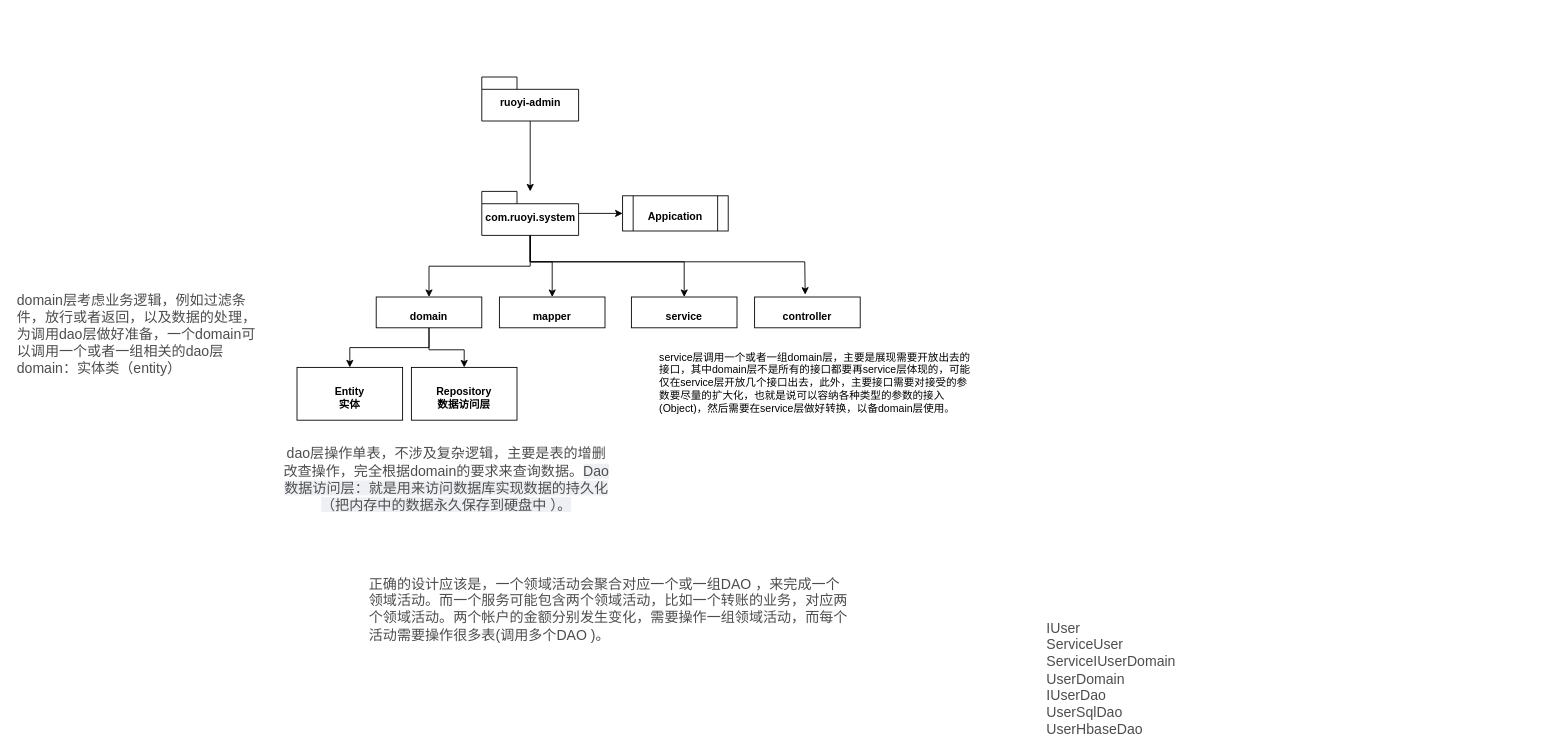
Earlier version of the draw.io diagram page "类关系" (4 of 6) of RuoYi/若依框架.drawio (weihuohuayi/draw.io). Source tidied: cells renumbered, new cells numbered last; positions are measured from the earlier drawing's top-left corner, leaving out a move shared by most shapes. Both pictures are drawn from the tidied source at 88%, with x=0, y=0 at pixel (15, 77).
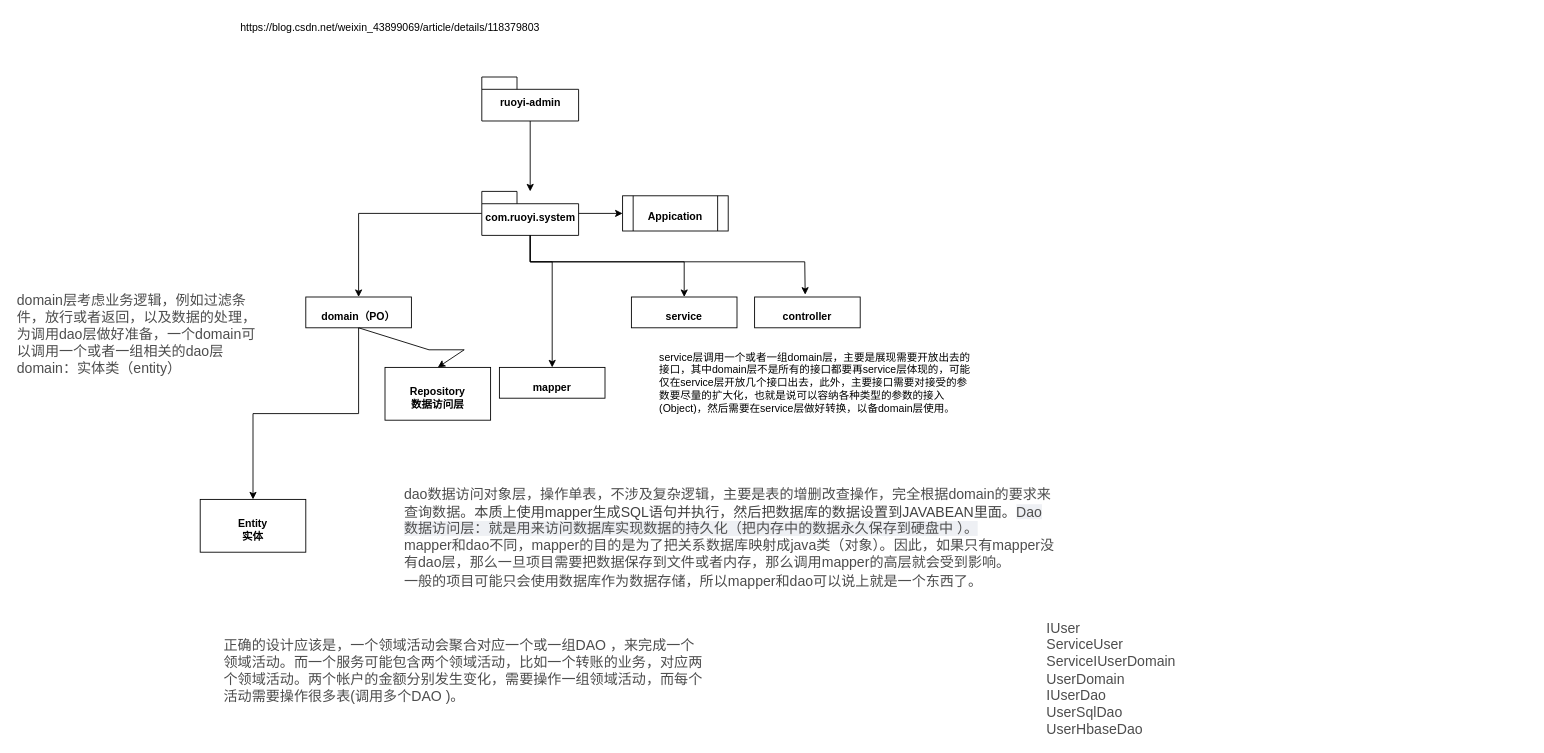
After the change.

The edit, as a diff of the source:
```diff
@@
-    <mxCell id="8" value="domain" style="whiteSpace=wrap;html=1;fontStyle=1;spacingTop=10;" parent="1" vertex="1">
-      <mxGeometry x="410" y="250" width="120" height="35" as="geometry" />
+    <mxCell id="8" value="domain（PO）" style="whiteSpace=wrap;html=1;fontStyle=1;spacingTop=10;" parent="1" vertex="1">
+      <mxGeometry x="330" y="250" width="120" height="35" as="geometry" />
     </mxCell>
     <mxCell id="9" value="mapper" style="whiteSpace=wrap;html=1;fontStyle=1;spacingTop=10;" parent="1" vertex="1">
-      <mxGeometry x="550" y="250" width="120" height="35" as="geometry" />
+      <mxGeometry x="550" y="330" width="120" height="35" as="geometry" />
     </mxCell>
@@
     <mxCell id="11" value="Entity&lt;br&gt;实体" style="whiteSpace=wrap;html=1;fontStyle=1;spacingTop=10;" parent="1" vertex="1">
-      <mxGeometry x="320" y="330" width="120" height="60" as="geometry" />
+      <mxGeometry x="210" y="480" width="120" height="60" as="geometry" />
     </mxCell>
@@
     <mxCell id="13" value="Repository&lt;br&gt;数据访问层" style="whiteSpace=wrap;html=1;fontStyle=1;spacingTop=10;" parent="1" vertex="1">
-      <mxGeometry x="450" y="330" width="120" height="60" as="geometry" />
+      <mxGeometry x="420" y="330" width="120" height="60" as="geometry" />
     </mxCell>
@@
-    <mxCell id="19" value="&lt;br&gt;&lt;br&gt;&lt;span style=&quot;color: rgb(77 , 77 , 77) ; font-size: 16px ; font-style: normal ; font-weight: 400 ; letter-spacing: normal ; text-indent: 0px ; text-transform: none ; word-spacing: 0px ; background-color: rgb(255 , 255 , 255) ; display: inline ; float: none&quot;&gt;dao层操作单表，不涉及复杂逻辑，主要是表的增删改查操作，完全根据domain的要求来查询数据。&lt;span style=&quot;color: rgb(79 , 79 , 79) ; font-family: , &amp;#34;sf ui text&amp;#34; , &amp;#34;arial&amp;#34; , &amp;#34;pingfang sc&amp;#34; , &amp;#34;hiragino sans gb&amp;#34; , &amp;#34;microsoft yahei&amp;#34; , &amp;#34;wenquanyi micro hei&amp;#34; , sans-serif , &amp;#34;simhei&amp;#34; , &amp;#34;simsun&amp;#34; ; background-color: rgb(238 , 240 , 244)&quot;&gt;Dao 数据访问层：就是用来访问数据库实现数据的持久化（把内存中的数据永久保存到硬盘中 ）。&lt;/span&gt;&lt;br&gt;&lt;/span&gt;&lt;br&gt;" style="text;html=1;strokeColor=none;fillColor=none;align=center;verticalAlign=middle;whiteSpace=wrap;rounded=0;" parent="1" vertex="1">
-      <mxGeometry x="300" y="435" width="380" height="30" as="geometry" />
-    </mxCell>
@@
     <mxCell id="22" value="&lt;span style=&quot;color: rgb(77, 77, 77); font-size: 16px; font-style: normal; font-weight: 400; letter-spacing: normal; text-indent: 0px; text-transform: none; word-spacing: 0px; background-color: rgb(255, 255, 255); display: inline; float: none;&quot;&gt;正确的设计应该是，一个领域活动会聚合对应一个或一组DAO&amp;nbsp;，来完成一个领域活动。而一个服务可能包含两个领域活动，比如一个转账的业务，对应两个领域活动。两个帐户的金额分别发生变化，需要操作一组领域活动，而每个活动需要操作很多表(调用多个DAO&amp;nbsp;)。&lt;/span&gt;" style="text;whiteSpace=wrap;html=1;" parent="1" vertex="1">
-      <mxGeometry x="400" y="560" width="550" height="80" as="geometry" />
+      <mxGeometry x="235" y="630" width="550" height="80" as="geometry" />
     </mxCell>
@@
+    <mxCell id="24" value="&lt;span style=&quot;color: rgba(0 , 0 , 0 , 0.75) ; font-size: 16px ; font-style: normal ; font-weight: 400 ; letter-spacing: normal ; text-align: left ; text-indent: 0px ; text-transform: none ; word-spacing: 0px ; background-color: rgb(255 , 255 , 255) ; display: inline ; float: none&quot;&gt;&lt;br style=&quot;color: rgb(0 , 0 , 0) ; font-size: 12px ; text-align: center ; background-color: rgb(248 , 249 , 250)&quot;&gt;&lt;br style=&quot;color: rgb(0 , 0 , 0) ; font-size: 12px ; text-align: center ; background-color: rgb(248 , 249 , 250)&quot;&gt;&lt;span style=&quot;text-align: center ; color: rgb(77 , 77 , 77)&quot;&gt;dao&lt;/span&gt;&lt;span style=&quot;color: rgb(77 , 77 , 77) ; font-family: , &amp;#34;sf ui text&amp;#34; , &amp;#34;arial&amp;#34; , &amp;#34;pingfang sc&amp;#34; , &amp;#34;hiragino sans gb&amp;#34; , &amp;#34;microsoft yahei&amp;#34; , &amp;#34;wenquanyi micro hei&amp;#34; , sans-serif , &amp;#34;simhei&amp;#34; , &amp;#34;simsun&amp;#34;&quot;&gt;数据访问对象层，&lt;/span&gt;&lt;span style=&quot;text-align: center ; color: rgb(77 , 77 , 77)&quot;&gt;操作单表，不涉及复杂逻辑，主要是表的增删改查操作，完全根据domain的要求来查询数据。&lt;/span&gt;本质上使用mapper生成SQL语句并执行，然后把数据库的数据设置到JAVABEAN里面。&lt;/span&gt;&lt;span style=&quot;color: rgb(79 , 79 , 79) ; font-size: 16px ; text-align: center ; background-color: rgb(238 , 240 , 244)&quot;&gt;Dao 数据访问层：就是用来访问数据库实现数据的持久化（把内存中的数据永久保存到硬盘中 ）。&lt;br&gt;&lt;/span&gt;&lt;span style=&quot;color: rgb(77 , 77 , 77) ; font-family: , &amp;#34;sf ui text&amp;#34; , &amp;#34;arial&amp;#34; , &amp;#34;pingfang sc&amp;#34; , &amp;#34;hiragino sans gb&amp;#34; , &amp;#34;microsoft yahei&amp;#34; , &amp;#34;wenquanyi micro hei&amp;#34; , sans-serif , &amp;#34;simhei&amp;#34; , &amp;#34;simsun&amp;#34; ; font-size: 16px ; background-color: rgb(255 , 255 , 255)&quot;&gt;mapper和dao不同，mapper的目的是为了把关系数据库映射成java类（对象）。因此，如果只有mapper没有dao层，那么一旦项目需要把数据保存到文件或者内存，那么调用mapper的高层就会受到影响。&lt;br&gt;&lt;/span&gt;&lt;p style=&quot;box-sizing: border-box ; outline: 0px ; margin: 0px 0px 16px ; padding: 0px ; font-size: 16px ; color: rgb(77 , 77 , 77) ; overflow: auto hidden ; overflow-wrap: break-word ; font-family: , &amp;#34;sf ui text&amp;#34; , &amp;#34;arial&amp;#34; , &amp;#34;pingfang sc&amp;#34; , &amp;#34;hiragino sans gb&amp;#34; , &amp;#34;microsoft yahei&amp;#34; , &amp;#34;wenquanyi micro hei&amp;#34; , sans-serif , &amp;#34;simhei&amp;#34; , &amp;#34;simsun&amp;#34; ; background-color: rgb(255 , 255 , 255) ; line-height: 26px&quot;&gt;一般的项目可能只会使用数据库作为数据存储，所以mapper和dao可以说上就是一个东西了。&lt;/p&gt;&lt;div&gt;&lt;br&gt;&lt;/div&gt;&lt;p style=&quot;box-sizing: border-box ; outline: 0px ; margin: 0px 0px 16px ; padding: 0px ; font-size: 16px ; color: rgb(77 , 77 , 77) ; overflow: auto hidden ; overflow-wrap: break-word ; font-family: , &amp;#34;sf ui text&amp;#34; , &amp;#34;arial&amp;#34; , &amp;#34;pingfang sc&amp;#34; , &amp;#34;hiragino sans gb&amp;#34; , &amp;#34;microsoft yahei&amp;#34; , &amp;#34;wenquanyi micro hei&amp;#34; , sans-serif , &amp;#34;simhei&amp;#34; , &amp;#34;simsun&amp;#34; ; background-color: rgb(255 , 255 , 255) ; line-height: 26px&quot;&gt;&lt;/p&gt;" style="text;whiteSpace=wrap;html=1;" parent="1" vertex="1">
+      <mxGeometry x="440" y="420" width="745" height="200" as="geometry" />
+    </mxCell>
+    <mxCell id="25" value="https://blog.csdn.net/weixin_43899069/article/details/118379803" style="text;whiteSpace=wrap;html=1;" parent="1" vertex="1">
+      <mxGeometry x="254" y="-70" width="370" height="30" as="geometry" />
+    </mxCell>
```
